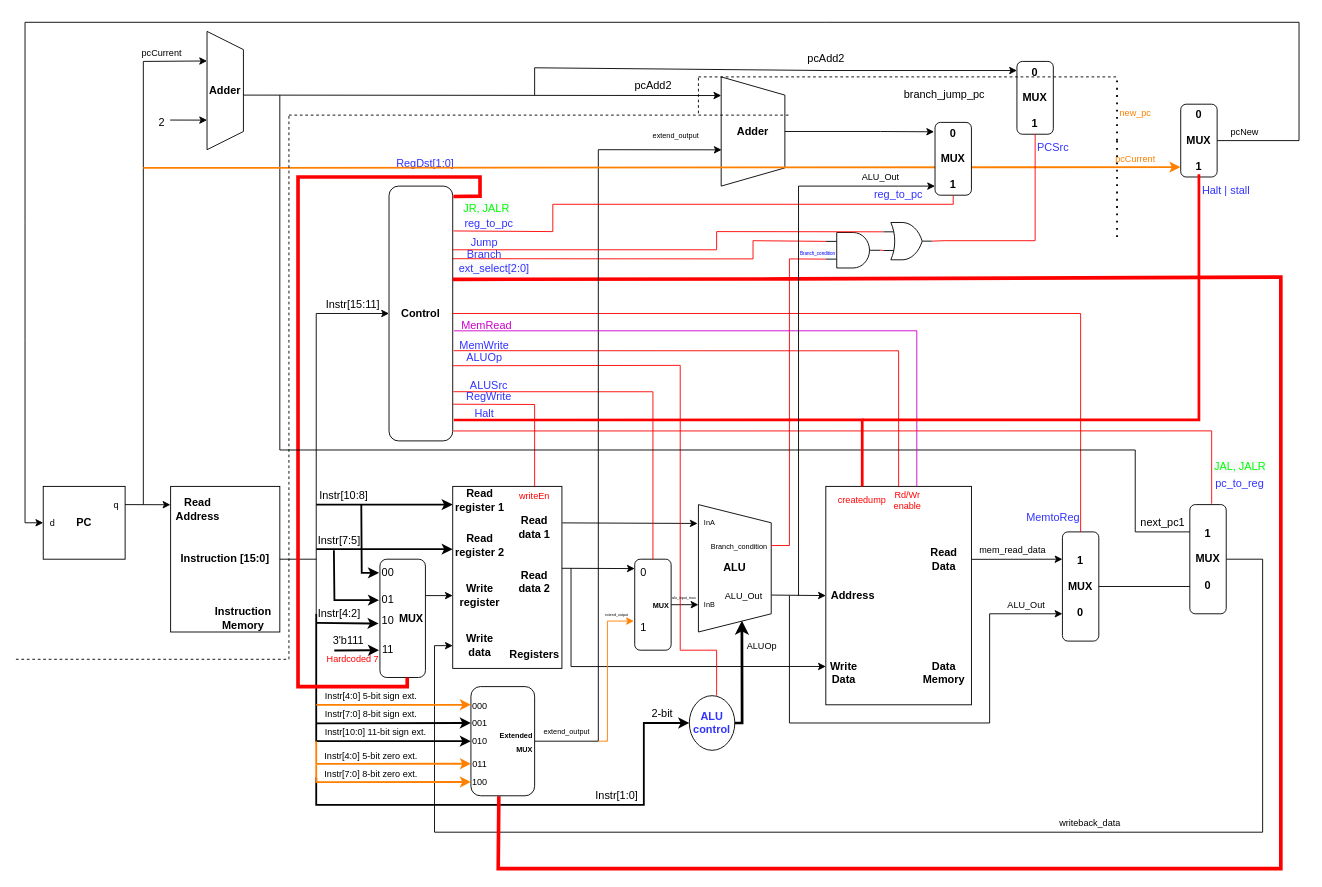
Earlier version of the draw.io diagram new_fetch_WISC_SP22.drawio (joshmeiyb/ECE552). Source tidied: cells renumbered, new cells numbered last; positions are measured from the earlier drawing's top-left corner, leaving out a move shared by most shapes. Both pictures are drawn from the tidied source at 91%, with x=0, y=0 at pixel (15, 22).
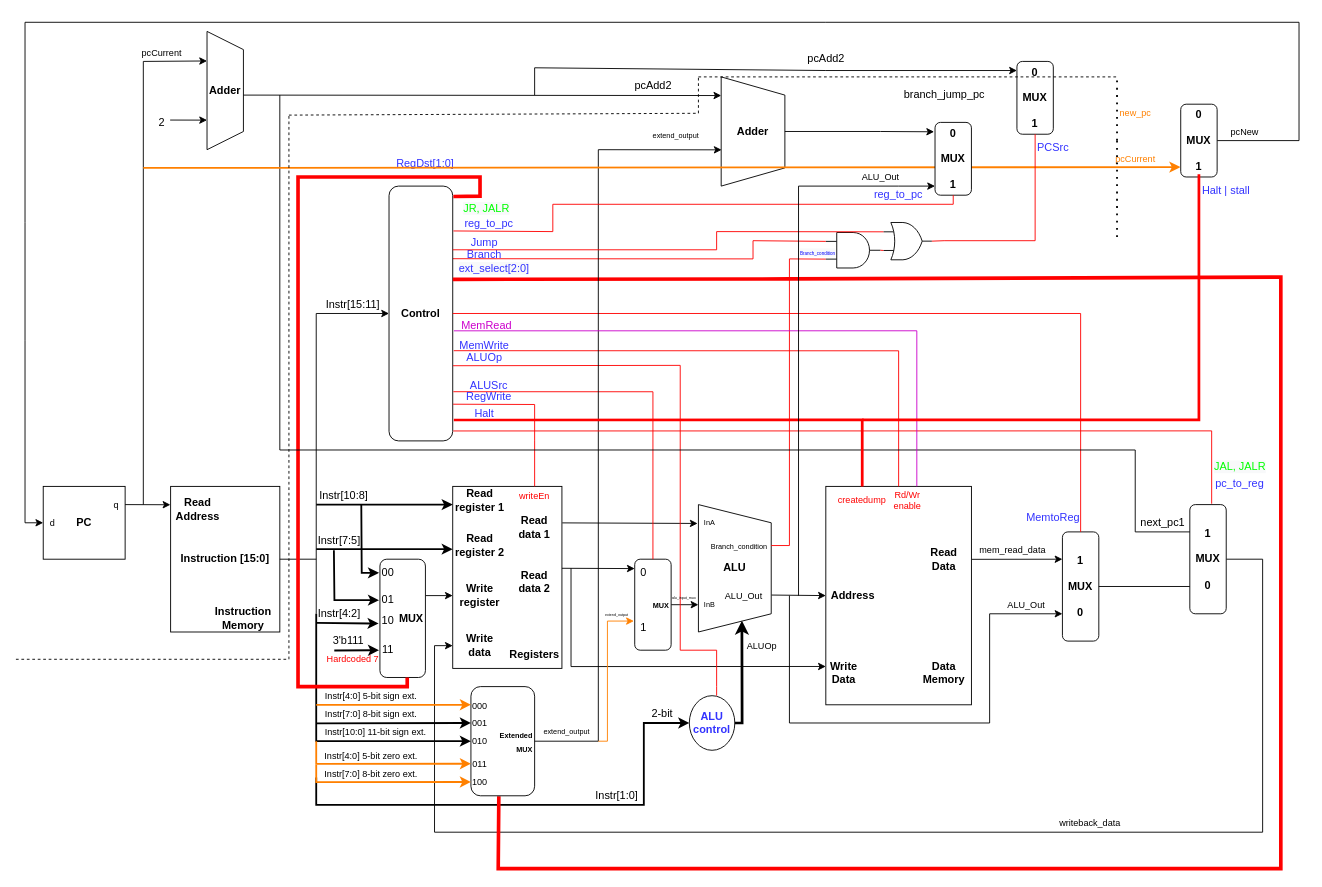
After the change.

Unchanged cells that the change refers to:
```xml
<mxCell id="9" value="&lt;b&gt;Adder&lt;/b&gt;" style="shape=trapezoid;perimeter=trapezoidPerimeter;whiteSpace=wrap;html=1;fixedSize=1;direction=south;" parent="1" vertex="1">
  <mxGeometry x="775" y="60" width="70" height="120" as="geometry" />
</mxCell>
```

Diff of the diagram source:
```diff
@@
-    <mxCell id="163" style="endArrow=none;dashed=1;html=1;rounded=0;entryX=0.35;entryY=-0.071;entryDx=0;entryDy=0;entryPerimeter=0;" parent="1" edge="1" target="9">
+    <mxCell id="163" style="endArrow=none;dashed=1;html=1;rounded=0;" parent="1" edge="1">
       <mxGeometry relative="1" as="geometry">
         <mxPoint x="300" y="102" as="sourcePoint" />
+        <mxPoint x="750" y="100" as="targetPoint" />
       </mxGeometry>
     </mxCell>
```
